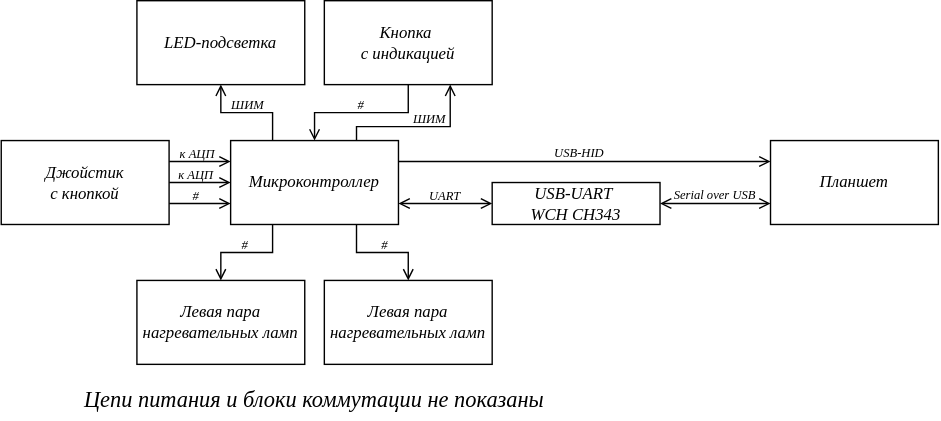
Above: docs/diagrams/ФЮРА.412239.001 Э1.svg in RadioPizza/TPU-TNDT-Defectoscope-Firmware (draw.io), before the change. Source tidied: cells renumbered, new cells last; positions are measured from the earlier drawing's top-left corner, leaving out a move shared by most shapes.
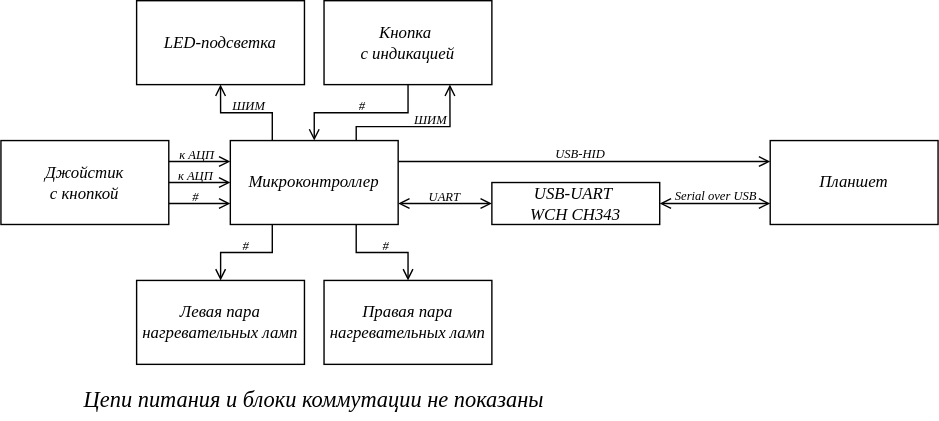
After the commit.

Commit message:
docs(diagrams): fix typo in lamp pair label

Diff of the diagram source:
```diff
@@ -121,7 +121,7 @@
         <mxPoint y="-5" as="offset" />
       </mxGeometry>
     </mxCell>
-    <mxCell id="31" value="Левая пара нагревательных ламп" style="rounded=0;whiteSpace=wrap;html=1;fontFamily=GOST type B;fontStyle=2;" parent="1" vertex="1">
+    <mxCell id="31" value="Правая пара нагревательных ламп" style="rounded=0;whiteSpace=wrap;html=1;fontFamily=GOST type B;fontStyle=2;" parent="1" vertex="1">
       <mxGeometry x="231" y="200" width="120" height="60" as="geometry" />
     </mxCell>
     <mxCell id="32" value="LED-подсветка" style="rounded=0;whiteSpace=wrap;html=1;fontFamily=GOST type B;fontStyle=2;" parent="1" vertex="1">
```
